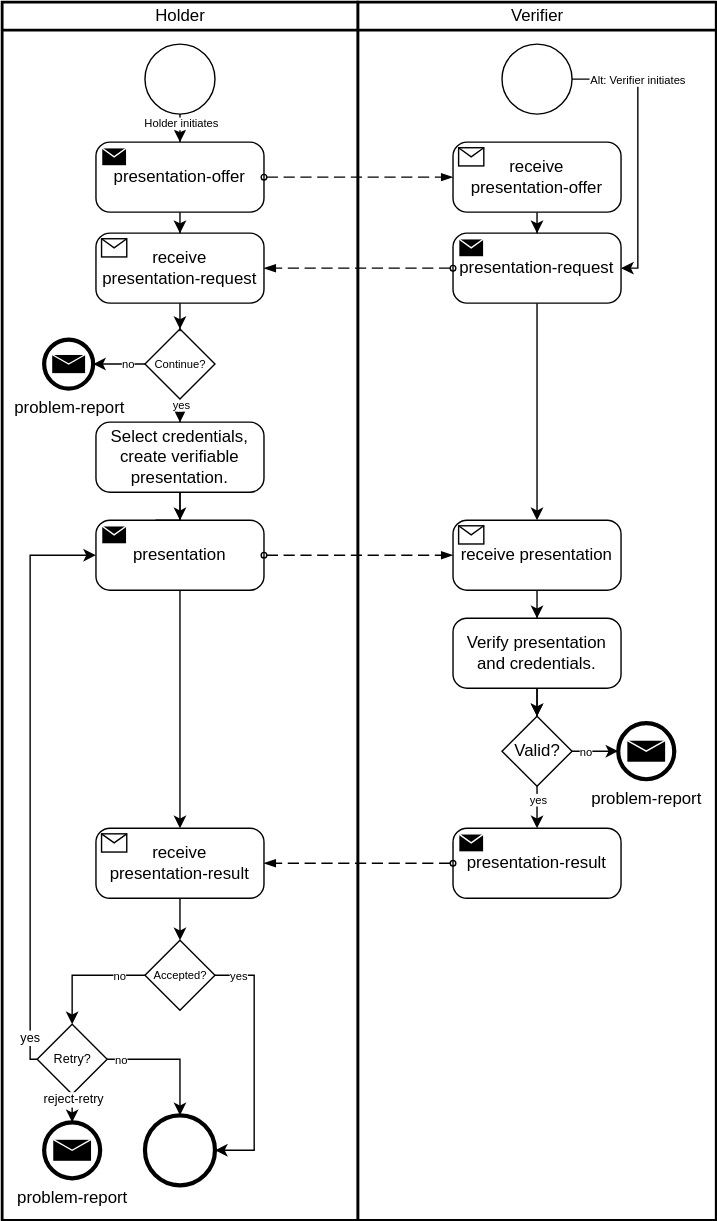
Above: documentation/static/img/didcomm/presentation.drawio.svg in iotaledger/identity.rs (draw.io), before the change. Source tidied: cells renumbered, new cells last; positions are measured from the earlier drawing's top-left corner, leaving out a move shared by most shapes.
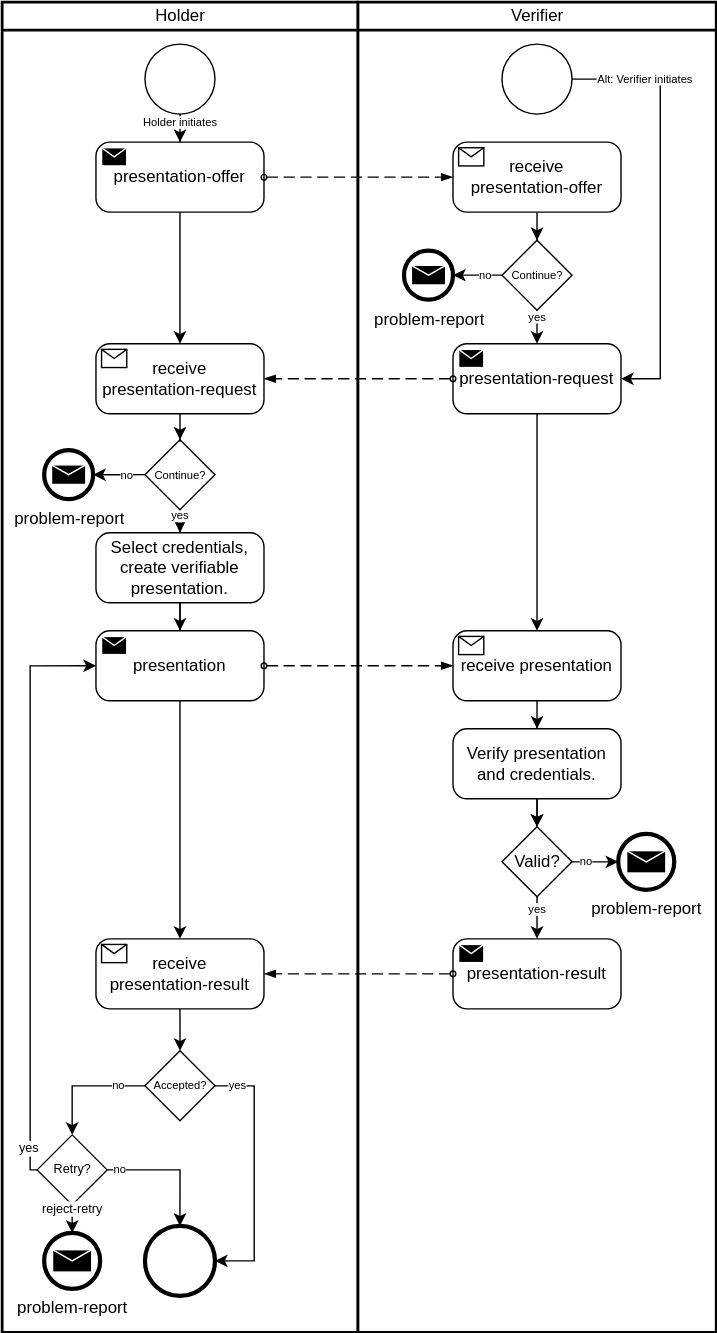
The same file after the commit.

Commit message:
further problem reports

What changed in the source:
```diff
@@ -3,14 +3,17 @@
     <mxCell id="0" />
     <mxCell id="1" parent="0" />
     <mxCell id="2" value="Verifier" style="swimlane;html=1;startSize=20;fontStyle=0;horizontal=1;swimlaneLine=1;strokeWidth=2;swimlaneFillColor=#ffffff;" parent="1" vertex="1">
-      <mxGeometry x="254" width="256" height="870" as="geometry" />
+      <mxGeometry x="254" width="256" height="950" as="geometry" />
     </mxCell>
     <mxCell id="3" style="points=[[0.145,0.145,0],[0.5,0,0],[0.855,0.145,0],[1,0.5,0],[0.855,0.855,0],[0.5,1,0],[0.145,0.855,0],[0,0.5,0]];shape=mxgraph.bpmn.event;html=1;verticalLabelPosition=bottom;labelBackgroundColor=#ffffff;verticalAlign=top;align=center;perimeter=ellipsePerimeter;outlineConnect=0;outline=standard;symbol=general;" parent="2" vertex="1">
       <mxGeometry x="103" y="30" width="50" height="50" as="geometry" />
     </mxCell>
-    <mxCell id="4" style="edgeStyle=orthogonalEdgeStyle;rounded=0;jettySize=auto;html=1;" parent="2" edge="1" source="5" target="7">
+    <mxCell id="4" style="edgeStyle=orthogonalEdgeStyle;rounded=0;jettySize=auto;html=1;exitX=0.5;exitY=1;exitDx=0;exitDy=0;exitPerimeter=0;" parent="2" edge="1" source="63" target="7">
       <mxGeometry relative="1" as="geometry" />
     </mxCell>
+    <mxCell id="61" style="edgeStyle=orthogonalEdgeStyle;rounded=0;jettySize=auto;html=1;" parent="2" edge="1" source="5" target="63">
+      <mxGeometry relative="1" as="geometry" />
+    </mxCell>
     <mxCell id="5" value="receive &#10;presentation-offer" style="points=[[0.25,0,0],[0.5,0,0],[0.75,0,0],[1,0.25,0],[1,0.5,0],[1,0.75,0],[0.75,1,0],[0.5,1,0],[0.25,1,0],[0,0.75,0],[0,0.5,0],[0,0.25,0]];shape=mxgraph.bpmn.task;whiteSpace=wrap;rectStyle=rounded;size=10;taskMarker=receive;" parent="2" vertex="1">
       <mxGeometry x="68" y="100" width="120" height="50" as="geometry" />
     </mxCell>
@@ -18,19 +21,19 @@
       <mxGeometry relative="1" as="geometry" />
     </mxCell>
     <mxCell id="7" value="presentation-request" style="points=[[0.25,0,0],[0.5,0,0],[0.75,0,0],[1,0.25,0],[1,0.5,0],[1,0.75,0],[0.75,1,0],[0.5,1,0],[0.25,1,0],[0,0.75,0],[0,0.5,0],[0,0.25,0]];shape=mxgraph.bpmn.task;whiteSpace=wrap;rectStyle=rounded;size=10;taskMarker=send;" parent="2" vertex="1">
-      <mxGeometry x="68" y="165" width="120" height="50" as="geometry" />
+      <mxGeometry x="68" y="244" width="120" height="50" as="geometry" />
     </mxCell>
     <mxCell id="8" style="edgeStyle=orthogonalEdgeStyle;rounded=0;jettySize=auto;html=1;entryX=1;entryY=0.5;entryDx=0;entryDy=0;entryPerimeter=0;" parent="2" edge="1" source="3" target="7">
       <mxGeometry relative="1" as="geometry">
         <Array as="points">
-          <mxPoint x="200" y="55" />
-          <mxPoint x="200" y="190" />
+          <mxPoint x="216" y="55" />
+          <mxPoint x="216" y="269" />
         </Array>
       </mxGeometry>
     </mxCell>
     <mxCell id="9" value="Alt: Verifier initiates" style="edgeLabel;html=1;align=center;verticalAlign=middle;fontSize=8;" parent="8" vertex="1">
       <mxGeometry x="-0.65" y="1" relative="1" as="geometry">
-        <mxPoint x="12" y="1" as="offset" />
+        <mxPoint x="-1" y="1" as="offset" />
       </mxGeometry>
     </mxCell>
     <mxCell id="10" style="edgeStyle=orthogonalEdgeStyle;rounded=0;jettySize=auto;html=1;entryX=0.5;entryY=0;entryDx=0;entryDy=0;entryPerimeter=0;" parent="2" edge="1" source="12" target="18">
@@ -40,10 +43,10 @@
       <mxGeometry relative="1" as="geometry" />
     </mxCell>
     <mxCell id="12" value="Verify presentation and credentials." style="points=[[0.25,0,0],[0.5,0,0],[0.75,0,0],[1,0.25,0],[1,0.5,0],[1,0.75,0],[0.75,1,0],[0.5,1,0],[0.25,1,0],[0,0.75,0],[0,0.5,0],[0,0.25,0]];shape=mxgraph.bpmn.task;whiteSpace=wrap;rectStyle=rounded;size=10;taskMarker=abstract;fillColor=#ffffff;" parent="2" vertex="1">
-      <mxGeometry x="68" y="440" width="120" height="50" as="geometry" />
+      <mxGeometry x="68" y="519" width="120" height="50" as="geometry" />
     </mxCell>
     <mxCell id="13" value="presentation-result" style="points=[[0.25,0,0],[0.5,0,0],[0.75,0,0],[1,0.25,0],[1,0.5,0],[1,0.75,0],[0.75,1,0],[0.5,1,0],[0.25,1,0],[0,0.75,0],[0,0.5,0],[0,0.25,0]];shape=mxgraph.bpmn.task;whiteSpace=wrap;rectStyle=rounded;size=10;taskMarker=send;" parent="2" vertex="1">
-      <mxGeometry x="68" y="590" width="120" height="50" as="geometry" />
+      <mxGeometry x="68" y="669" width="120" height="50" as="geometry" />
     </mxCell>
     <mxCell id="14" style="edgeStyle=orthogonalEdgeStyle;rounded=0;jettySize=auto;html=1;" parent="2" edge="1" source="18" target="13">
       <mxGeometry relative="1" as="geometry" />
@@ -62,19 +65,41 @@
       </mxGeometry>
     </mxCell>
     <mxCell id="18" value="Valid?" style="points=[[0.25,0.25,0],[0.5,0,0],[0.75,0.25,0],[1,0.5,0],[0.75,0.75,0],[0.5,1,0],[0.25,0.75,0],[0,0.5,0]];shape=mxgraph.bpmn.gateway2;html=1;verticalLabelPosition=middle;labelBackgroundColor=#ffffff;verticalAlign=middle;align=center;perimeter=rhombusPerimeter;outlineConnect=0;outline=none;symbol=none;fillColor=#ffffff;labelPosition=center;" parent="2" vertex="1">
-      <mxGeometry x="103" y="510" width="50" height="50" as="geometry" />
+      <mxGeometry x="103" y="589" width="50" height="50" as="geometry" />
     </mxCell>
     <mxCell id="19" style="edgeStyle=orthogonalEdgeStyle;rounded=0;jettySize=auto;html=1;entryX=0.5;entryY=0;entryDx=0;entryDy=0;entryPerimeter=0;" parent="2" edge="1" source="20" target="12">
       <mxGeometry relative="1" as="geometry" />
     </mxCell>
     <mxCell id="20" value="receive presentation" style="points=[[0.25,0,0],[0.5,0,0],[0.75,0,0],[1,0.25,0],[1,0.5,0],[1,0.75,0],[0.75,1,0],[0.5,1,0],[0.25,1,0],[0,0.75,0],[0,0.5,0],[0,0.25,0]];shape=mxgraph.bpmn.task;whiteSpace=wrap;rectStyle=rounded;size=10;taskMarker=receive;" parent="2" vertex="1">
-      <mxGeometry x="68" y="370" width="120" height="50" as="geometry" />
+      <mxGeometry x="68" y="449" width="120" height="50" as="geometry" />
     </mxCell>
     <mxCell id="21" value="problem-report" style="points=[[0.145,0.145,0],[0.5,0,0],[0.855,0.145,0],[1,0.5,0],[0.855,0.855,0],[0.5,1,0],[0.145,0.855,0],[0,0.5,0]];shape=mxgraph.bpmn.event;html=1;verticalLabelPosition=bottom;labelBackgroundColor=#ffffff;verticalAlign=top;align=center;perimeter=ellipsePerimeter;outlineConnect=0;outline=end;symbol=message;fillColor=#ffffff;" parent="2" vertex="1">
-      <mxGeometry x="186" y="515" width="40" height="40" as="geometry" />
+      <mxGeometry x="186" y="594" width="40" height="40" as="geometry" />
     </mxCell>
+    <mxCell id="62" value="yes" style="edgeLabel;html=1;align=center;verticalAlign=middle;fontSize=8;" parent="2" vertex="1">
+      <mxGeometry x="133" y="230" as="geometry">
+        <mxPoint x="-5" y="-5" as="offset" />
+      </mxGeometry>
+    </mxCell>
+    <mxCell id="63" value="Continue?" style="points=[[0.25,0.25,0],[0.5,0,0],[0.75,0.25,0],[1,0.5,0],[0.75,0.75,0],[0.5,1,0],[0.25,0.75,0],[0,0.5,0]];shape=mxgraph.bpmn.gateway2;html=1;verticalLabelPosition=middle;labelBackgroundColor=#ffffff;verticalAlign=middle;align=center;perimeter=rhombusPerimeter;outlineConnect=0;outline=none;symbol=none;fillColor=#ffffff;horizontal=1;labelPosition=center;fontSize=8;" parent="2" vertex="1">
+      <mxGeometry x="103" y="170" width="50" height="50" as="geometry" />
+    </mxCell>
+    <mxCell id="64" value="problem-report" style="points=[[0.145,0.145,0],[0.5,0,0],[0.855,0.145,0],[1,0.5,0],[0.855,0.855,0],[0.5,1,0],[0.145,0.855,0],[0,0.5,0]];shape=mxgraph.bpmn.event;html=1;verticalLabelPosition=bottom;labelBackgroundColor=#ffffff;verticalAlign=top;align=center;perimeter=ellipsePerimeter;outlineConnect=0;outline=end;symbol=message;fillColor=#ffffff;" parent="2" vertex="1">
+      <mxGeometry x="33" y="177.5" width="35" height="35" as="geometry" />
+    </mxCell>
+    <mxCell id="65" style="edgeStyle=orthogonalEdgeStyle;rounded=0;jettySize=auto;html=1;exitX=0;exitY=0.5;exitDx=0;exitDy=0;exitPerimeter=0;entryX=1;entryY=0.5;entryDx=0;entryDy=0;entryPerimeter=0;" parent="2" edge="1" source="63" target="64">
+      <mxGeometry relative="1" as="geometry">
+        <Array as="points">
+          <mxPoint x="81" y="195.5" />
+          <mxPoint x="81" y="195.5" />
+        </Array>
+      </mxGeometry>
+    </mxCell>
+    <mxCell id="66" value="no" style="edgeLabel;html=1;align=center;verticalAlign=middle;fontSize=8;" parent="65" vertex="1">
+      <mxGeometry x="-0.27" relative="1" as="geometry" />
+    </mxCell>
     <mxCell id="22" value="Holder" style="swimlane;html=1;startSize=20;fontStyle=0;horizontal=1;swimlaneLine=1;strokeWidth=2;swimlaneFillColor=#ffffff;" parent="1" vertex="1">
-      <mxGeometry width="254" height="870" as="geometry" />
+      <mxGeometry width="254" height="950" as="geometry" />
     </mxCell>
     <mxCell id="23" style="edgeStyle=orthogonalEdgeStyle;rounded=0;jettySize=auto;html=1;entryX=0.5;entryY=0;entryDx=0;entryDy=0;entryPerimeter=0;" parent="22" edge="1" source="24" target="35">
       <mxGeometry relative="1" as="geometry" />
@@ -94,7 +119,7 @@
       <mxGeometry x="102" y="30" width="50" height="50" as="geometry" />
     </mxCell>
     <mxCell id="28" style="points=[[0.145,0.145,0],[0.5,0,0],[0.855,0.145,0],[1,0.5,0],[0.855,0.855,0],[0.5,1,0],[0.145,0.855,0],[0,0.5,0]];shape=mxgraph.bpmn.event;html=1;verticalLabelPosition=bottom;labelBackgroundColor=#ffffff;verticalAlign=top;align=center;perimeter=ellipsePerimeter;outlineConnect=0;outline=end;symbol=terminate2;" parent="22" vertex="1">
-      <mxGeometry x="102" y="795" width="50" height="50" as="geometry" />
+      <mxGeometry x="102" y="874" width="50" height="50" as="geometry" />
     </mxCell>
     <mxCell id="29" style="edgeStyle=orthogonalEdgeStyle;rounded=0;jettySize=auto;html=1;entryX=0.5;entryY=0;entryDx=0;entryDy=0;entryPerimeter=0;" parent="22" edge="1" source="33" target="38">
       <mxGeometry relative="1" as="geometry" />
@@ -107,8 +132,8 @@
     <mxCell id="31" style="edgeStyle=orthogonalEdgeStyle;rounded=0;jettySize=auto;html=1;exitX=0;exitY=0.5;exitDx=0;exitDy=0;exitPerimeter=0;entryX=1;entryY=0.5;entryDx=0;entryDy=0;entryPerimeter=0;" parent="22" edge="1" source="33" target="46">
       <mxGeometry relative="1" as="geometry">
         <Array as="points">
-          <mxPoint x="80" y="259" />
-          <mxPoint x="80" y="259" />
+          <mxPoint x="80" y="338" />
+          <mxPoint x="80" y="338" />
         </Array>
       </mxGeometry>
     </mxCell>
@@ -116,46 +141,46 @@
       <mxGeometry x="-0.27" relative="1" as="geometry" />
     </mxCell>
     <mxCell id="33" value="Continue?" style="points=[[0.25,0.25,0],[0.5,0,0],[0.75,0.25,0],[1,0.5,0],[0.75,0.75,0],[0.5,1,0],[0.25,0.75,0],[0,0.5,0]];shape=mxgraph.bpmn.gateway2;html=1;verticalLabelPosition=middle;labelBackgroundColor=#ffffff;verticalAlign=middle;align=center;perimeter=rhombusPerimeter;outlineConnect=0;outline=none;symbol=none;fillColor=#ffffff;horizontal=1;labelPosition=center;fontSize=8;" parent="22" vertex="1">
-      <mxGeometry x="102" y="233.5" width="50" height="50" as="geometry" />
+      <mxGeometry x="102" y="312.5" width="50" height="50" as="geometry" />
     </mxCell>
     <mxCell id="34" style="edgeStyle=orthogonalEdgeStyle;rounded=0;jettySize=auto;html=1;entryX=0.5;entryY=0;entryDx=0;entryDy=0;entryPerimeter=0;" parent="22" edge="1" source="35" target="33">
       <mxGeometry relative="1" as="geometry" />
     </mxCell>
     <mxCell id="35" value="receive &#10;presentation-request" style="points=[[0.25,0,0],[0.5,0,0],[0.75,0,0],[1,0.25,0],[1,0.5,0],[1,0.75,0],[0.75,1,0],[0.5,1,0],[0.25,1,0],[0,0.75,0],[0,0.5,0],[0,0.25,0]];shape=mxgraph.bpmn.task;whiteSpace=wrap;rectStyle=rounded;size=10;taskMarker=receive;" parent="22" vertex="1">
-      <mxGeometry x="67" y="165" width="120" height="50" as="geometry" />
+      <mxGeometry x="67" y="244" width="120" height="50" as="geometry" />
     </mxCell>
     <mxCell id="36" style="edgeStyle=orthogonalEdgeStyle;rounded=0;jettySize=auto;html=1;" parent="22" edge="1" source="38">
       <mxGeometry relative="1" as="geometry">
-        <mxPoint x="110" y="380" as="targetPoint" />
+        <mxPoint x="110" y="459" as="targetPoint" />
       </mxGeometry>
     </mxCell>
     <mxCell id="37" style="edgeStyle=orthogonalEdgeStyle;rounded=0;jettySize=auto;html=1;" parent="22" edge="1" source="38" target="42">
       <mxGeometry relative="1" as="geometry" />
     </mxCell>
     <mxCell id="38" value="Select credentials, create verifiable presentation." style="points=[[0.25,0,0],[0.5,0,0],[0.75,0,0],[1,0.25,0],[1,0.5,0],[1,0.75,0],[0.75,1,0],[0.5,1,0],[0.25,1,0],[0,0.75,0],[0,0.5,0],[0,0.25,0]];shape=mxgraph.bpmn.task;whiteSpace=wrap;rectStyle=rounded;size=10;taskMarker=abstract;fillColor=#ffffff;" parent="22" vertex="1">
-      <mxGeometry x="67" y="300" width="120" height="50" as="geometry" />
+      <mxGeometry x="67" y="379" width="120" height="50" as="geometry" />
     </mxCell>
     <mxCell id="39" style="edgeStyle=orthogonalEdgeStyle;rounded=0;jettySize=auto;html=1;entryX=0.5;entryY=0;entryDx=0;entryDy=0;entryPerimeter=0;exitX=0.5;exitY=1;exitDx=0;exitDy=0;exitPerimeter=0;" parent="22" edge="1" source="40" target="51">
       <mxGeometry relative="1" as="geometry">
         <Array as="points">
-          <mxPoint x="127" y="660" />
-          <mxPoint x="127" y="660" />
+          <mxPoint x="127" y="739" />
+          <mxPoint x="127" y="739" />
         </Array>
       </mxGeometry>
     </mxCell>
     <mxCell id="40" value="receive &#10;presentation-result" style="points=[[0.25,0,0],[0.5,0,0],[0.75,0,0],[1,0.25,0],[1,0.5,0],[1,0.75,0],[0.75,1,0],[0.5,1,0],[0.25,1,0],[0,0.75,0],[0,0.5,0],[0,0.25,0]];shape=mxgraph.bpmn.task;whiteSpace=wrap;rectStyle=rounded;size=10;taskMarker=receive;" parent="22" vertex="1">
-      <mxGeometry x="67" y="590" width="120" height="50" as="geometry" />
+      <mxGeometry x="67" y="669" width="120" height="50" as="geometry" />
     </mxCell>
     <mxCell id="41" style="edgeStyle=orthogonalEdgeStyle;rounded=0;jettySize=auto;html=1;" parent="22" edge="1" source="42" target="40">
       <mxGeometry relative="1" as="geometry" />
     </mxCell>
     <mxCell id="42" value="presentation" style="points=[[0.25,0,0],[0.5,0,0],[0.75,0,0],[1,0.25,0],[1,0.5,0],[1,0.75,0],[0.75,1,0],[0.5,1,0],[0.25,1,0],[0,0.75,0],[0,0.5,0],[0,0.25,0]];shape=mxgraph.bpmn.task;whiteSpace=wrap;rectStyle=rounded;size=10;taskMarker=send;" parent="22" vertex="1">
-      <mxGeometry x="67" y="370" width="120" height="50" as="geometry" />
+      <mxGeometry x="67" y="449" width="120" height="50" as="geometry" />
     </mxCell>
     <mxCell id="43" style="edgeStyle=orthogonalEdgeStyle;rounded=0;jettySize=auto;html=1;fontFamily=Lucida Console;fontSize=11;exitX=1;exitY=0.5;exitDx=0;exitDy=0;exitPerimeter=0;entryX=0.5;entryY=0;entryDx=0;entryDy=0;entryPerimeter=0;" parent="22" edge="1" source="45" target="28">
       <mxGeometry relative="1" as="geometry">
         <Array as="points">
-          <mxPoint x="127" y="755" />
+          <mxPoint x="127" y="834" />
         </Array>
       </mxGeometry>
     </mxCell>
@@ -165,16 +190,16 @@
       </mxGeometry>
     </mxCell>
     <mxCell id="45" value="Retry?" style="points=[[0.25,0.25,0],[0.5,0,0],[0.75,0.25,0],[1,0.5,0],[0.75,0.75,0],[0.5,1,0],[0.25,0.75,0],[0,0.5,0]];shape=mxgraph.bpmn.gateway2;html=1;verticalLabelPosition=middle;labelBackgroundColor=#ffffff;verticalAlign=middle;align=center;perimeter=rhombusPerimeter;outlineConnect=0;outline=none;symbol=none;fillColor=#ffffff;labelPosition=center;fontSize=9;" parent="22" vertex="1">
-      <mxGeometry x="25" y="730" width="50" height="50" as="geometry" />
+      <mxGeometry x="25" y="809" width="50" height="50" as="geometry" />
     </mxCell>
     <mxCell id="46" value="problem-report" style="points=[[0.145,0.145,0],[0.5,0,0],[0.855,0.145,0],[1,0.5,0],[0.855,0.855,0],[0.5,1,0],[0.145,0.855,0],[0,0.5,0]];shape=mxgraph.bpmn.event;html=1;verticalLabelPosition=bottom;labelBackgroundColor=#ffffff;verticalAlign=top;align=center;perimeter=ellipsePerimeter;outlineConnect=0;outline=end;symbol=message;fillColor=#ffffff;" parent="22" vertex="1">
-      <mxGeometry x="30" y="241" width="35" height="35" as="geometry" />
+      <mxGeometry x="30" y="320" width="35" height="35" as="geometry" />
     </mxCell>
     <mxCell id="47" style="edgeStyle=orthogonalEdgeStyle;rounded=0;jettySize=auto;html=1;entryX=1;entryY=0.5;entryDx=0;entryDy=0;entryPerimeter=0;fontFamily=Lucida Console;fontSize=8;exitX=1;exitY=0.5;exitDx=0;exitDy=0;exitPerimeter=0;" parent="22" edge="1" source="51" target="28">
       <mxGeometry relative="1" as="geometry">
         <Array as="points">
-          <mxPoint x="180" y="695" />
-          <mxPoint x="180" y="820" />
+          <mxPoint x="180" y="774" />
+          <mxPoint x="180" y="899" />
         </Array>
       </mxGeometry>
     </mxCell>
@@ -186,7 +211,7 @@
     <mxCell id="49" style="edgeStyle=orthogonalEdgeStyle;rounded=0;jettySize=auto;html=1;fontFamily=Lucida Console;fontSize=8;" parent="22" edge="1" source="51" target="45">
       <mxGeometry relative="1" as="geometry">
         <Array as="points">
-          <mxPoint x="50" y="695" />
+          <mxPoint x="50" y="774" />
         </Array>
       </mxGeometry>
     </mxCell>
@@ -196,16 +221,16 @@
       </mxGeometry>
     </mxCell>
     <mxCell id="51" value="Accepted?" style="points=[[0.25,0.25,0],[0.5,0,0],[0.75,0.25,0],[1,0.5,0],[0.75,0.75,0],[0.5,1,0],[0.25,0.75,0],[0,0.5,0]];shape=mxgraph.bpmn.gateway2;html=1;verticalLabelPosition=middle;labelBackgroundColor=#ffffff;verticalAlign=middle;align=center;perimeter=rhombusPerimeter;outlineConnect=0;outline=none;symbol=none;fillColor=#ffffff;labelPosition=center;fontSize=8;" parent="22" vertex="1">
-      <mxGeometry x="102" y="670" width="50" height="50" as="geometry" />
+      <mxGeometry x="102" y="749" width="50" height="50" as="geometry" />
     </mxCell>
     <mxCell id="52" value="problem-report" style="points=[[0.145,0.145,0],[0.5,0,0],[0.855,0.145,0],[1,0.5,0],[0.855,0.855,0],[0.5,1,0],[0.145,0.855,0],[0,0.5,0]];shape=mxgraph.bpmn.event;html=1;verticalLabelPosition=bottom;labelBackgroundColor=#ffffff;verticalAlign=top;align=center;perimeter=ellipsePerimeter;outlineConnect=0;outline=end;symbol=message;fillColor=#ffffff;" parent="22" vertex="1">
-      <mxGeometry x="30" y="800" width="40" height="40" as="geometry" />
+      <mxGeometry x="30" y="879" width="40" height="40" as="geometry" />
     </mxCell>
     <mxCell id="53" style="edgeStyle=orthogonalEdgeStyle;rounded=0;jettySize=auto;html=1;fontFamily=Lucida Console;fontSize=11;exitX=0.5;exitY=1;exitDx=0;exitDy=0;exitPerimeter=0;entryX=0.5;entryY=0;entryDx=0;entryDy=0;entryPerimeter=0;" parent="22" edge="1" source="45" target="52">
       <mxGeometry relative="1" as="geometry">
         <Array as="points">
-          <mxPoint x="50" y="780" />
-          <mxPoint x="50" y="780" />
+          <mxPoint x="50" y="859" />
+          <mxPoint x="50" y="859" />
         </Array>
       </mxGeometry>
     </mxCell>
@@ -215,8 +240,8 @@
     <mxCell id="55" style="edgeStyle=orthogonalEdgeStyle;rounded=0;jettySize=auto;html=1;fontFamily=Lucida Console;fontSize=11;entryX=0;entryY=0.5;entryDx=0;entryDy=0;entryPerimeter=0;" parent="22" edge="1" source="45" target="42">
       <mxGeometry relative="1" as="geometry">
         <Array as="points">
-          <mxPoint x="20" y="755" />
-          <mxPoint x="20" y="395" />
+          <mxPoint x="20" y="834" />
+          <mxPoint x="20" y="474" />
         </Array>
       </mxGeometry>
     </mxCell>
```
